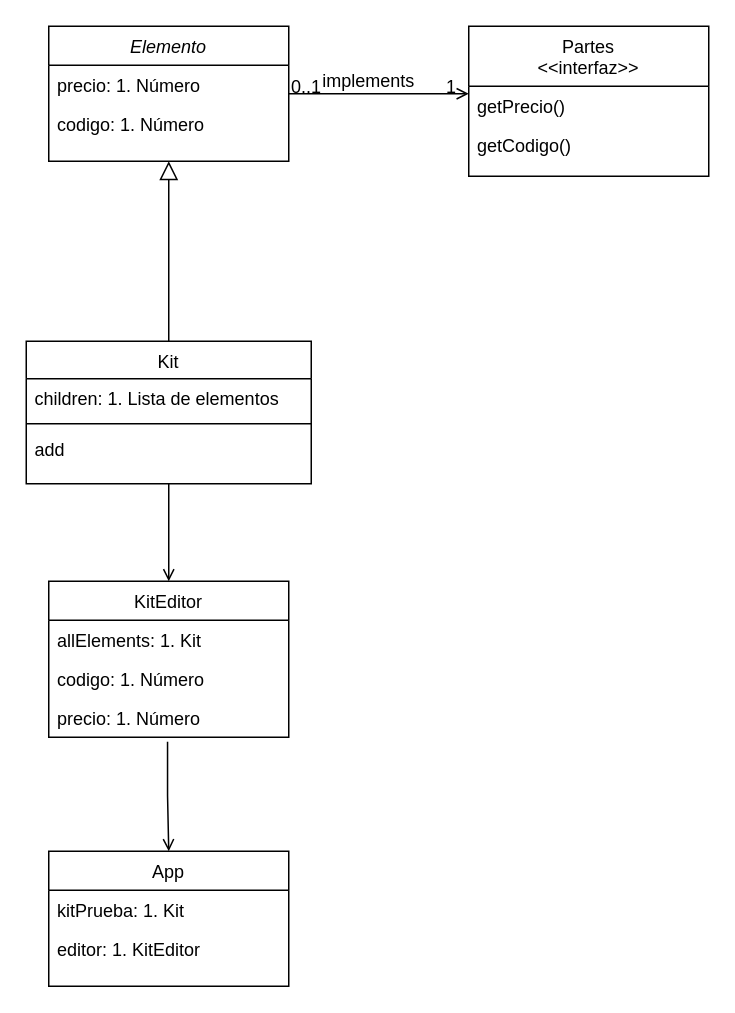
Earlier version of the draw.io diagram uml.drawio (Patriesc/evaluacion-patrones-estructuracion). Source tidied: cells renumbered, new cells numbered last; positions are measured from the earlier drawing's top-left corner, leaving out a move shared by most shapes. Both pictures are drawn from the tidied source at 150%, with x=0, y=0 at pixel (-27, 26).
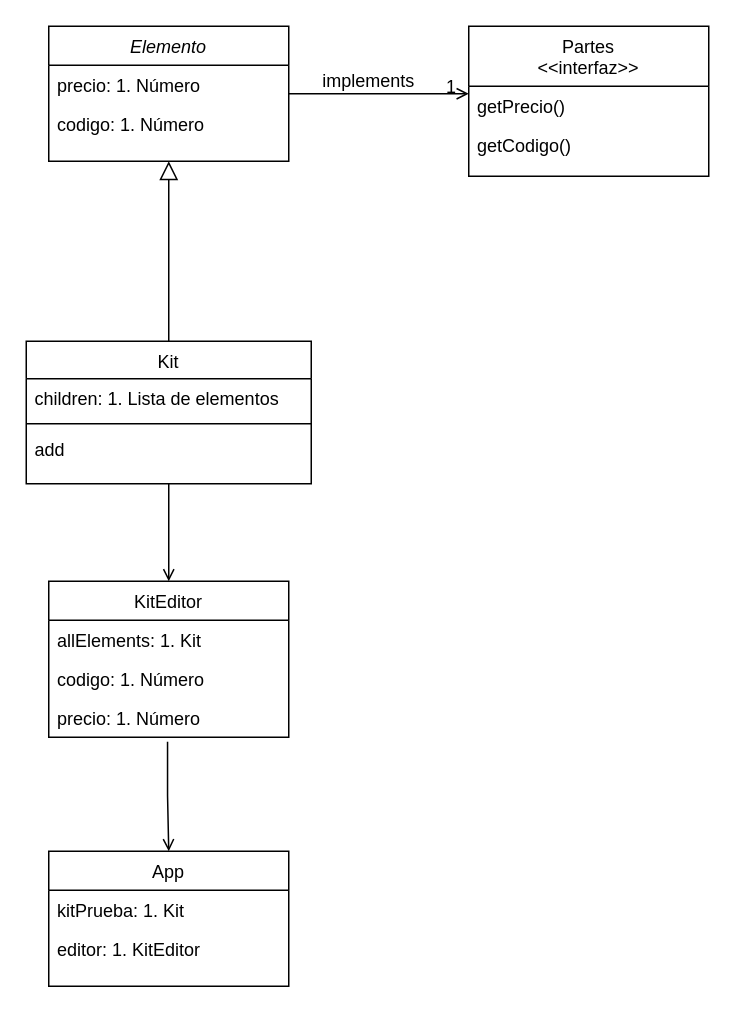
The same page after the edit.

Unchanged cells that the change refers to:
```xml
<mxCell id="12" style="endArrow=open;shadow=0;strokeWidth=1;rounded=0;endFill=1;edgeStyle=elbowEdgeStyle;elbow=vertical;" parent="1" edge="1" source="2" target="9">
  <mxGeometry x="0.5" y="41" relative="1" as="geometry">
    <mxPoint x="-40" y="32" as="offset" />
  </mxGeometry>
</mxCell>
```

The edit, as a diff of the source:
```diff
@@
-    <mxCell id="13" value="0..1" style="align=left;verticalAlign=bottom;labelBackgroundColor=none;fontSize=12;" parent="12" vertex="1">
-      <mxGeometry x="-1" relative="1" as="geometry">
-        <mxPoint y="4" as="offset" />
-      </mxGeometry>
-    </mxCell>
```
